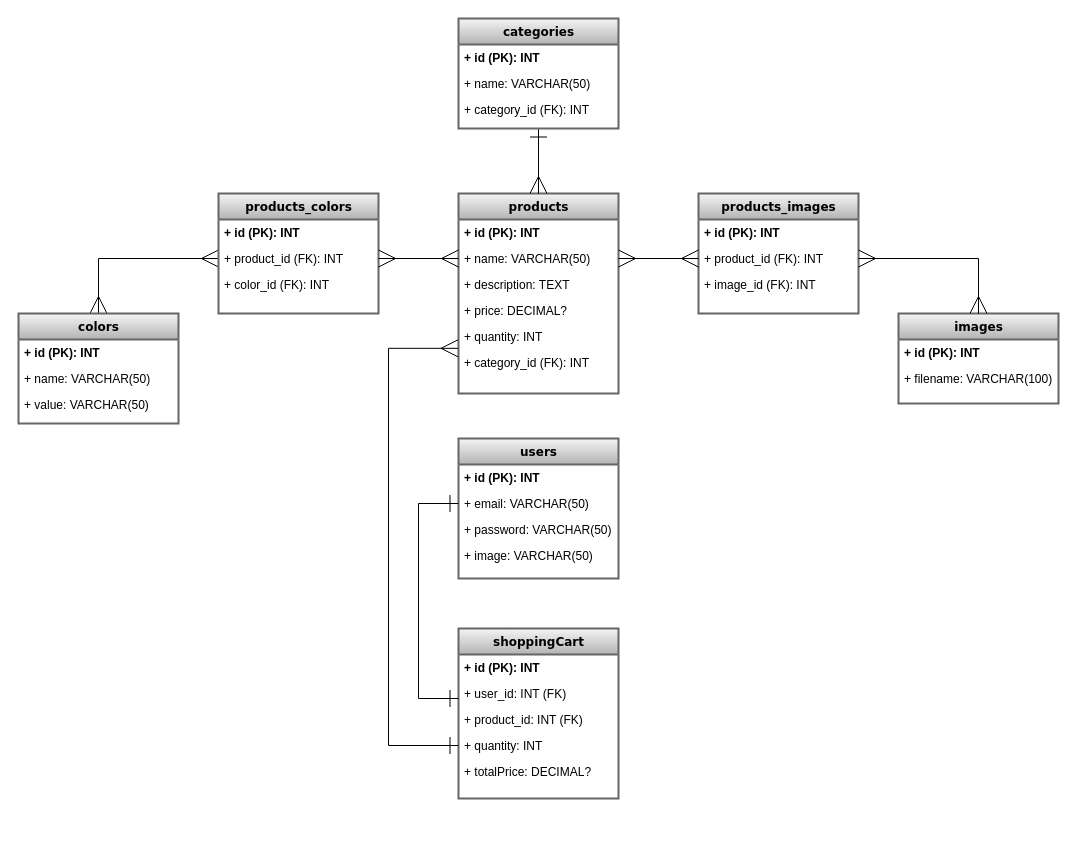
Above: DER.drawio in gonzalokesy/grupo_1_roda (draw.io), before the change. Source tidied: cells renumbered, new cells numbered last; positions are measured from the earlier drawing's top-left corner, leaving out a move shared by most shapes. Both pictures are drawn from the tidied source at 100%, with x=0, y=0 at pixel (18, 18).
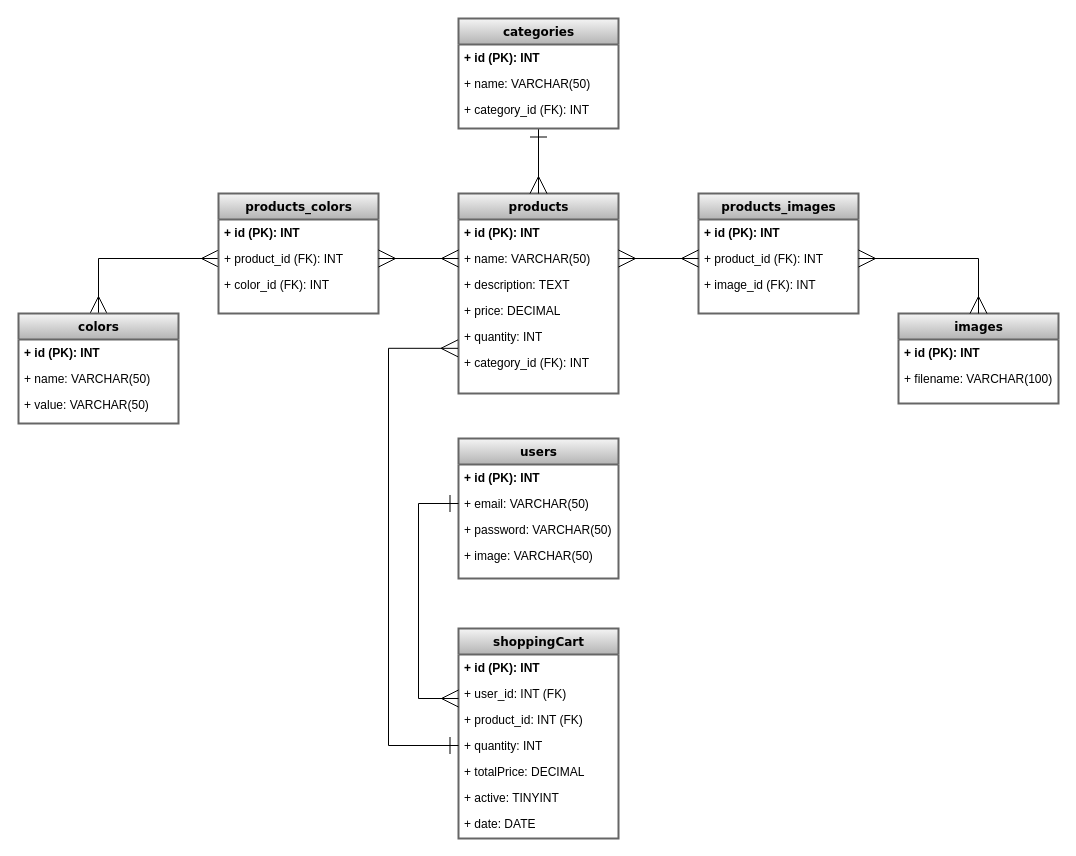
Above is the later version.

The change refers to these unchanged cells:
```xml
<mxCell id="2" value="products" style="swimlane;html=1;fontStyle=1;align=center;verticalAlign=top;horizontal=1;startSize=26;swimlaneFillColor=#ffffff;rounded=0;shadow=0;comic=0;labelBackgroundColor=none;strokeWidth=2;fontFamily=Verdana;fontSize=12;fillColor=#f5f5f5;gradientColor=#b3b3b3;strokeColor=#666666;" parent="1" vertex="1">
  <mxGeometry x="440" y="175" width="160" height="200" as="geometry" />
</mxCell>
<mxCell id="35" value="+ email: VARCHAR(50)" style="text;html=1;strokeColor=none;fillColor=none;align=left;verticalAlign=top;spacingLeft=4;spacingRight=4;whiteSpace=wrap;overflow=hidden;points=[[0,0.5],[1,0.5]];portConstraint=eastwest;" parent="33" vertex="1">
  <mxGeometry y="52" width="160" height="26" as="geometry" />
</mxCell>
```

The edit, as a diff of the source:
```diff
@@
-    <mxCell id="6" value="+ price: DECIMAL?" style="text;html=1;strokeColor=none;fillColor=none;align=left;verticalAlign=top;spacingLeft=4;spacingRight=4;whiteSpace=wrap;overflow=hidden;" parent="2" vertex="1">
+    <mxCell id="6" value="+ price: DECIMAL" style="text;html=1;strokeColor=none;fillColor=none;align=left;verticalAlign=top;spacingLeft=4;spacingRight=4;whiteSpace=wrap;overflow=hidden;" parent="2" vertex="1">
       <mxGeometry y="104" width="160" height="26" as="geometry" />
     </mxCell>
@@
     <mxCell id="38" value="shoppingCart" style="swimlane;html=1;fontStyle=1;align=center;verticalAlign=top;horizontal=1;startSize=26;swimlaneFillColor=#ffffff;rounded=0;shadow=0;comic=0;labelBackgroundColor=none;strokeWidth=2;fontFamily=Verdana;fontSize=12;fillColor=#f5f5f5;gradientColor=#b3b3b3;strokeColor=#666666;" parent="1" vertex="1">
-      <mxGeometry x="440" y="610" width="160" height="170" as="geometry" />
+      <mxGeometry x="440" y="610" width="160" height="210" as="geometry" />
     </mxCell>
@@
-    <mxCell id="43" value="+ totalPrice: DECIMAL?" style="text;html=1;strokeColor=none;fillColor=none;align=left;verticalAlign=top;spacingLeft=4;spacingRight=4;whiteSpace=wrap;overflow=hidden;" parent="38" vertex="1">
+    <mxCell id="43" value="+ totalPrice: DECIMAL&amp;nbsp;" style="text;html=1;strokeColor=none;fillColor=none;align=left;verticalAlign=top;spacingLeft=4;spacingRight=4;whiteSpace=wrap;overflow=hidden;" parent="38" vertex="1">
       <mxGeometry y="130" width="160" height="26" as="geometry" />
     </mxCell>
+    <mxCell id="46" value="+ active: TINYINT" style="text;html=1;strokeColor=none;fillColor=none;align=left;verticalAlign=top;spacingLeft=4;spacingRight=4;whiteSpace=wrap;overflow=hidden;" parent="38" vertex="1">
+      <mxGeometry y="156" width="160" height="26" as="geometry" />
+    </mxCell>
+    <mxCell id="47" value="+ date: DATE" style="text;html=1;strokeColor=none;fillColor=none;align=left;verticalAlign=top;spacingLeft=4;spacingRight=4;whiteSpace=wrap;overflow=hidden;" parent="38" vertex="1">
+      <mxGeometry y="182" width="160" height="26" as="geometry" />
+    </mxCell>
-    <mxCell id="44" style="edgeStyle=orthogonalEdgeStyle;rounded=0;jettySize=auto;html=1;entryX=0;entryY=0.5;entryDx=0;entryDy=0;endSize=15;startSize=15;startArrow=ERone;startFill=0;endArrow=ERone;endFill=0;" parent="1" edge="1" target="35">
+    <mxCell id="44" style="edgeStyle=orthogonalEdgeStyle;rounded=0;jettySize=auto;html=1;entryX=0;entryY=0.5;entryDx=0;entryDy=0;endSize=15;startSize=15;startArrow=ERmany;startFill=0;endArrow=ERone;endFill=0;" parent="1" edge="1" target="35">
       <mxGeometry relative="1" as="geometry">
         <mxPoint x="440" y="680" as="sourcePoint" />
         <Array as="points">
           <mxPoint x="440" y="680" />
           <mxPoint x="400" y="680" />
           <mxPoint x="400" y="485" />
         </Array>
       </mxGeometry>
     </mxCell>
```
